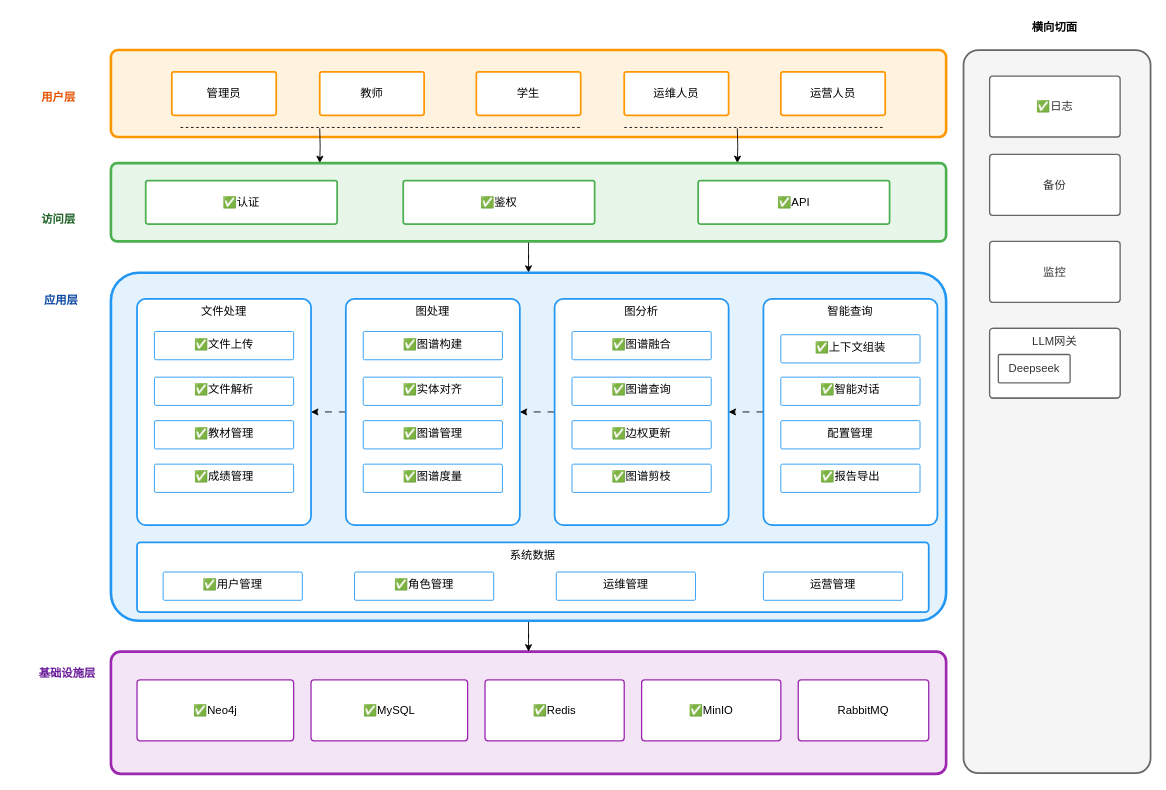
Earlier version of the draw.io diagram docs/design-view/dev-view/diagrams/structure/layered-architecture.drawio (Eliauk-L/GraphNexus). Source tidied: cells renumbered, new cells numbered last; positions are measured from the earlier drawing's top-left corner, leaving out a move shared by most shapes. Both pictures are drawn from the tidied source at 87%, with x=0, y=0 at pixel (15, 15).
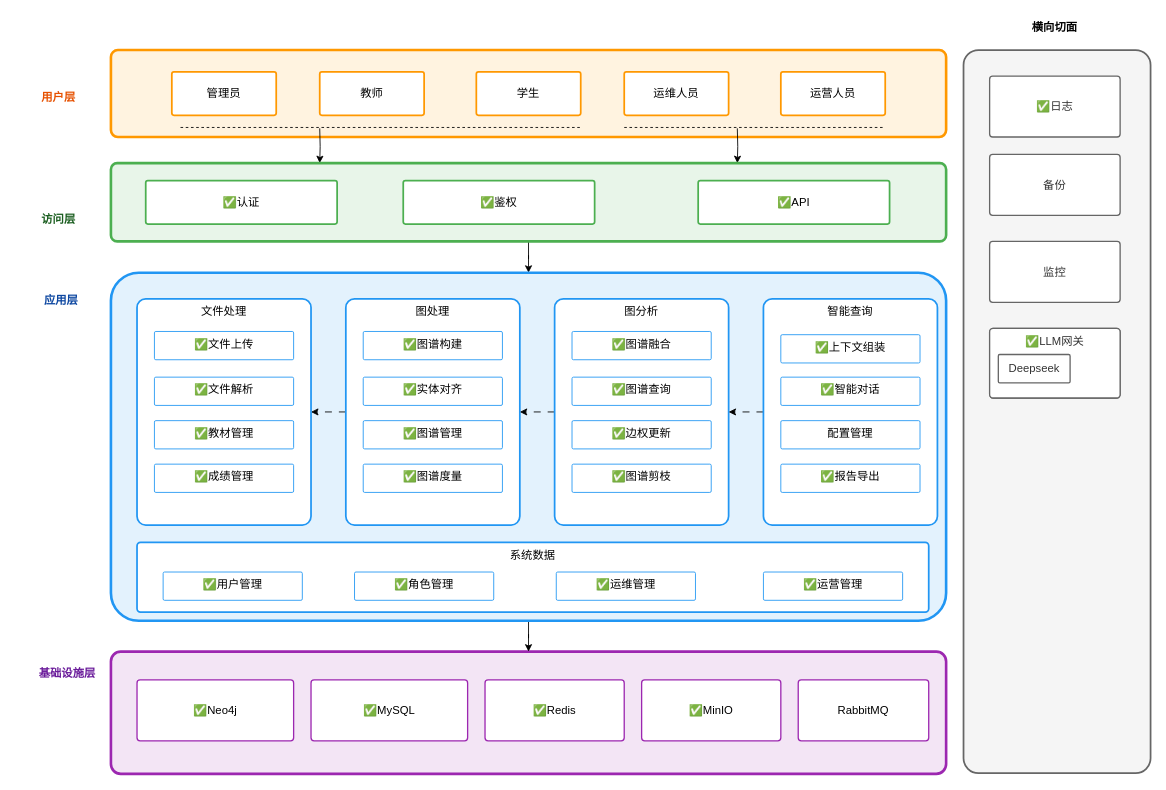
The same diagram, later.

Unchanged cells that the change refers to:
```xml
<mxCell id="62" style="group;rounded=1;strokeColor=#666666;strokeWidth=1.5;align=center;verticalAlign=middle;arcSize=5;fontFamily=Helvetica;fontSize=13;fontColor=#333333;fillColor=default;" parent="1" vertex="1">
  <mxGeometry x="1120" y="360" width="150" height="80" as="geometry" />
</mxCell>
```

What changed in the source:
```diff
@@
-    <mxCell id="59" value="运营管理" style="rounded=1;whiteSpace=wrap;fillColor=#ffffff;strokeColor=#2196F3;strokeWidth=1;fontSize=13;arcSize=5;align=center;verticalAlign=top;" parent="1" vertex="1">
+    <mxCell id="59" value="✅运营管理" style="rounded=1;whiteSpace=wrap;fillColor=#ffffff;strokeColor=#2196F3;strokeWidth=1;fontSize=13;arcSize=5;align=center;verticalAlign=top;" parent="1" vertex="1">
       <mxGeometry x="860" y="640" width="160" height="32.5" as="geometry" />
     </mxCell>
-    <mxCell id="60" value="运维管理" style="rounded=1;whiteSpace=wrap;fillColor=#ffffff;strokeColor=#2196F3;strokeWidth=1;fontSize=13;arcSize=5;align=center;verticalAlign=top;" parent="1" vertex="1">
+    <mxCell id="60" value="✅运维管理" style="rounded=1;whiteSpace=wrap;fillColor=#ffffff;strokeColor=#2196F3;strokeWidth=1;fontSize=13;arcSize=5;align=center;verticalAlign=top;" parent="1" vertex="1">
       <mxGeometry x="621.9" y="640" width="160" height="32.5" as="geometry" />
     </mxCell>
@@
-    <mxCell id="63" value="LLM网关" style="rounded=1;whiteSpace=wrap;fillColor=default;strokeColor=#666666;strokeWidth=1.5;fontSize=13;arcSize=5;align=center;verticalAlign=top;fontFamily=Helvetica;fontColor=#333333;" parent="62" vertex="1">
+    <mxCell id="63" value="✅LLM网关" style="rounded=1;whiteSpace=wrap;fillColor=default;strokeColor=#666666;strokeWidth=1.5;fontSize=13;arcSize=5;align=center;verticalAlign=top;fontFamily=Helvetica;fontColor=#333333;" parent="62" vertex="1">
       <mxGeometry width="150" height="80" as="geometry" />
     </mxCell>
```
